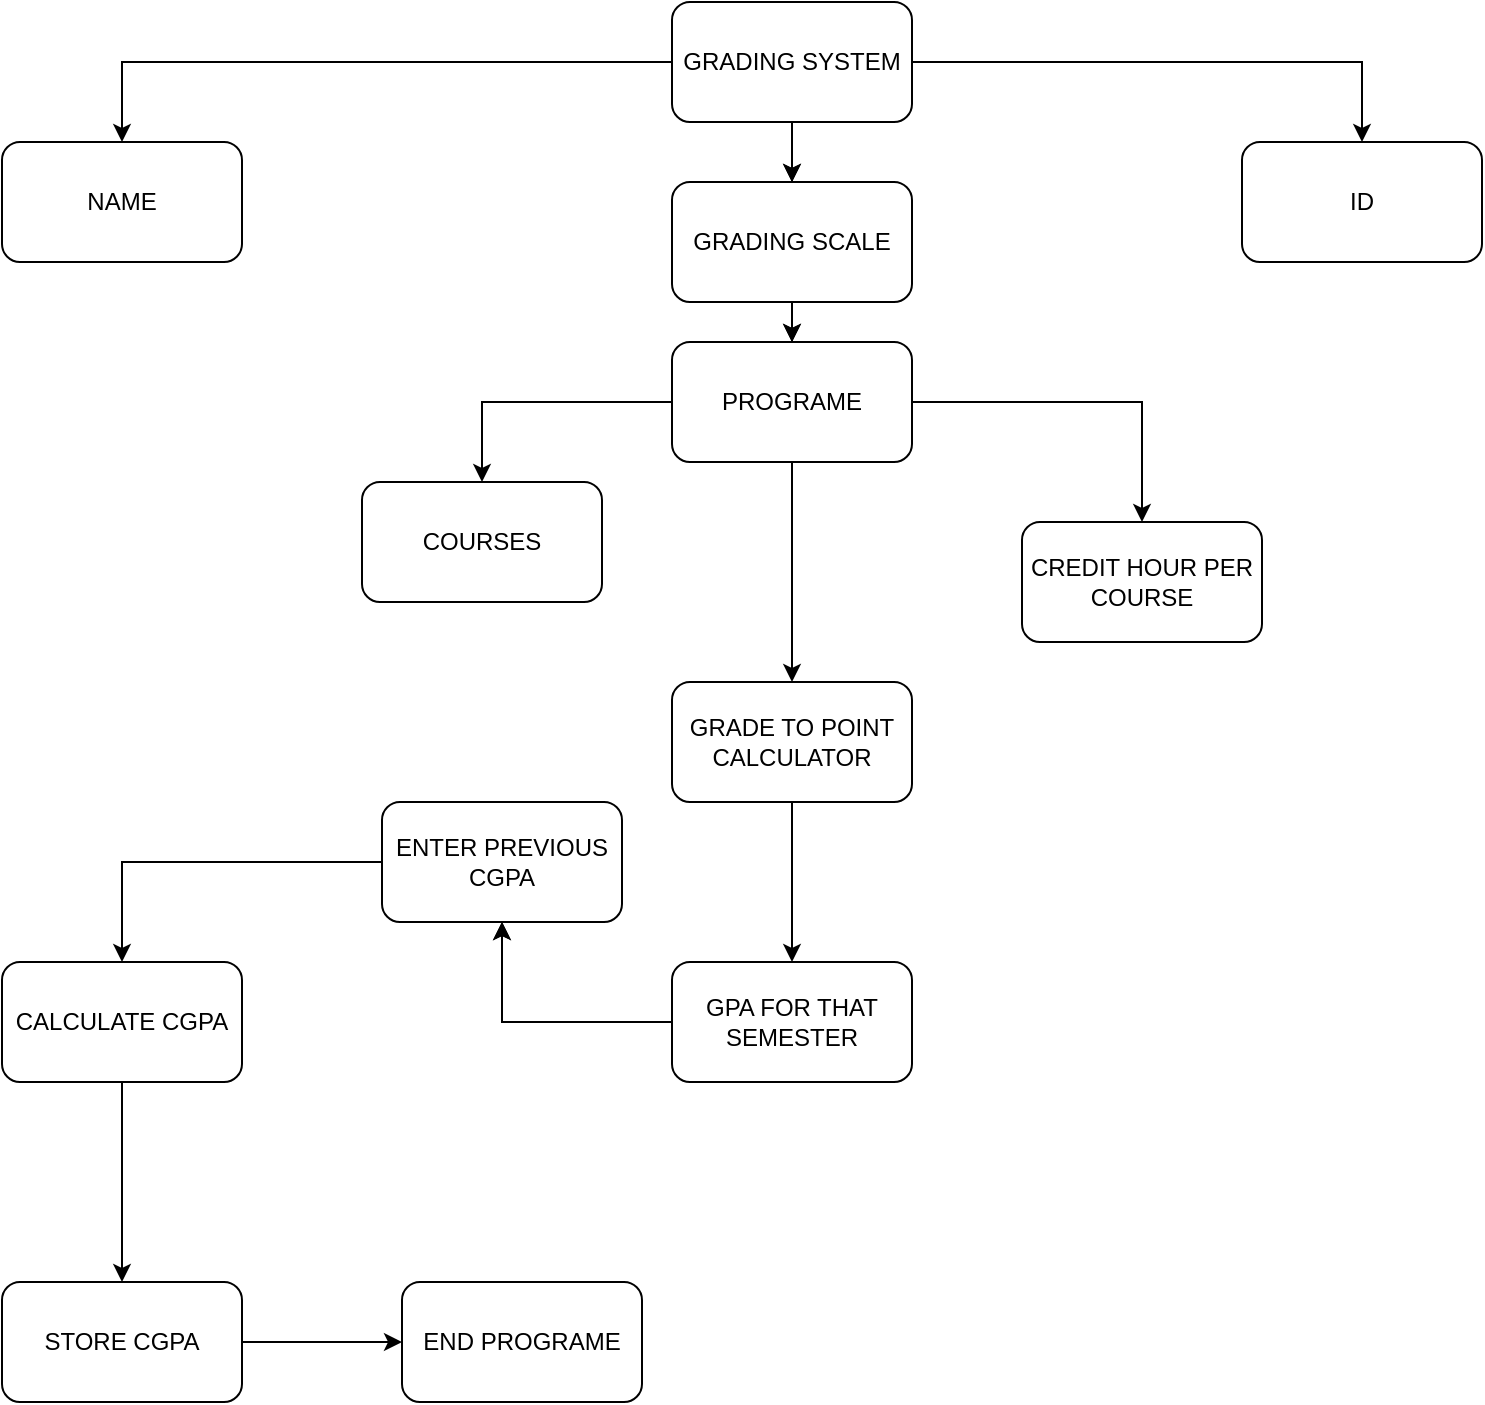
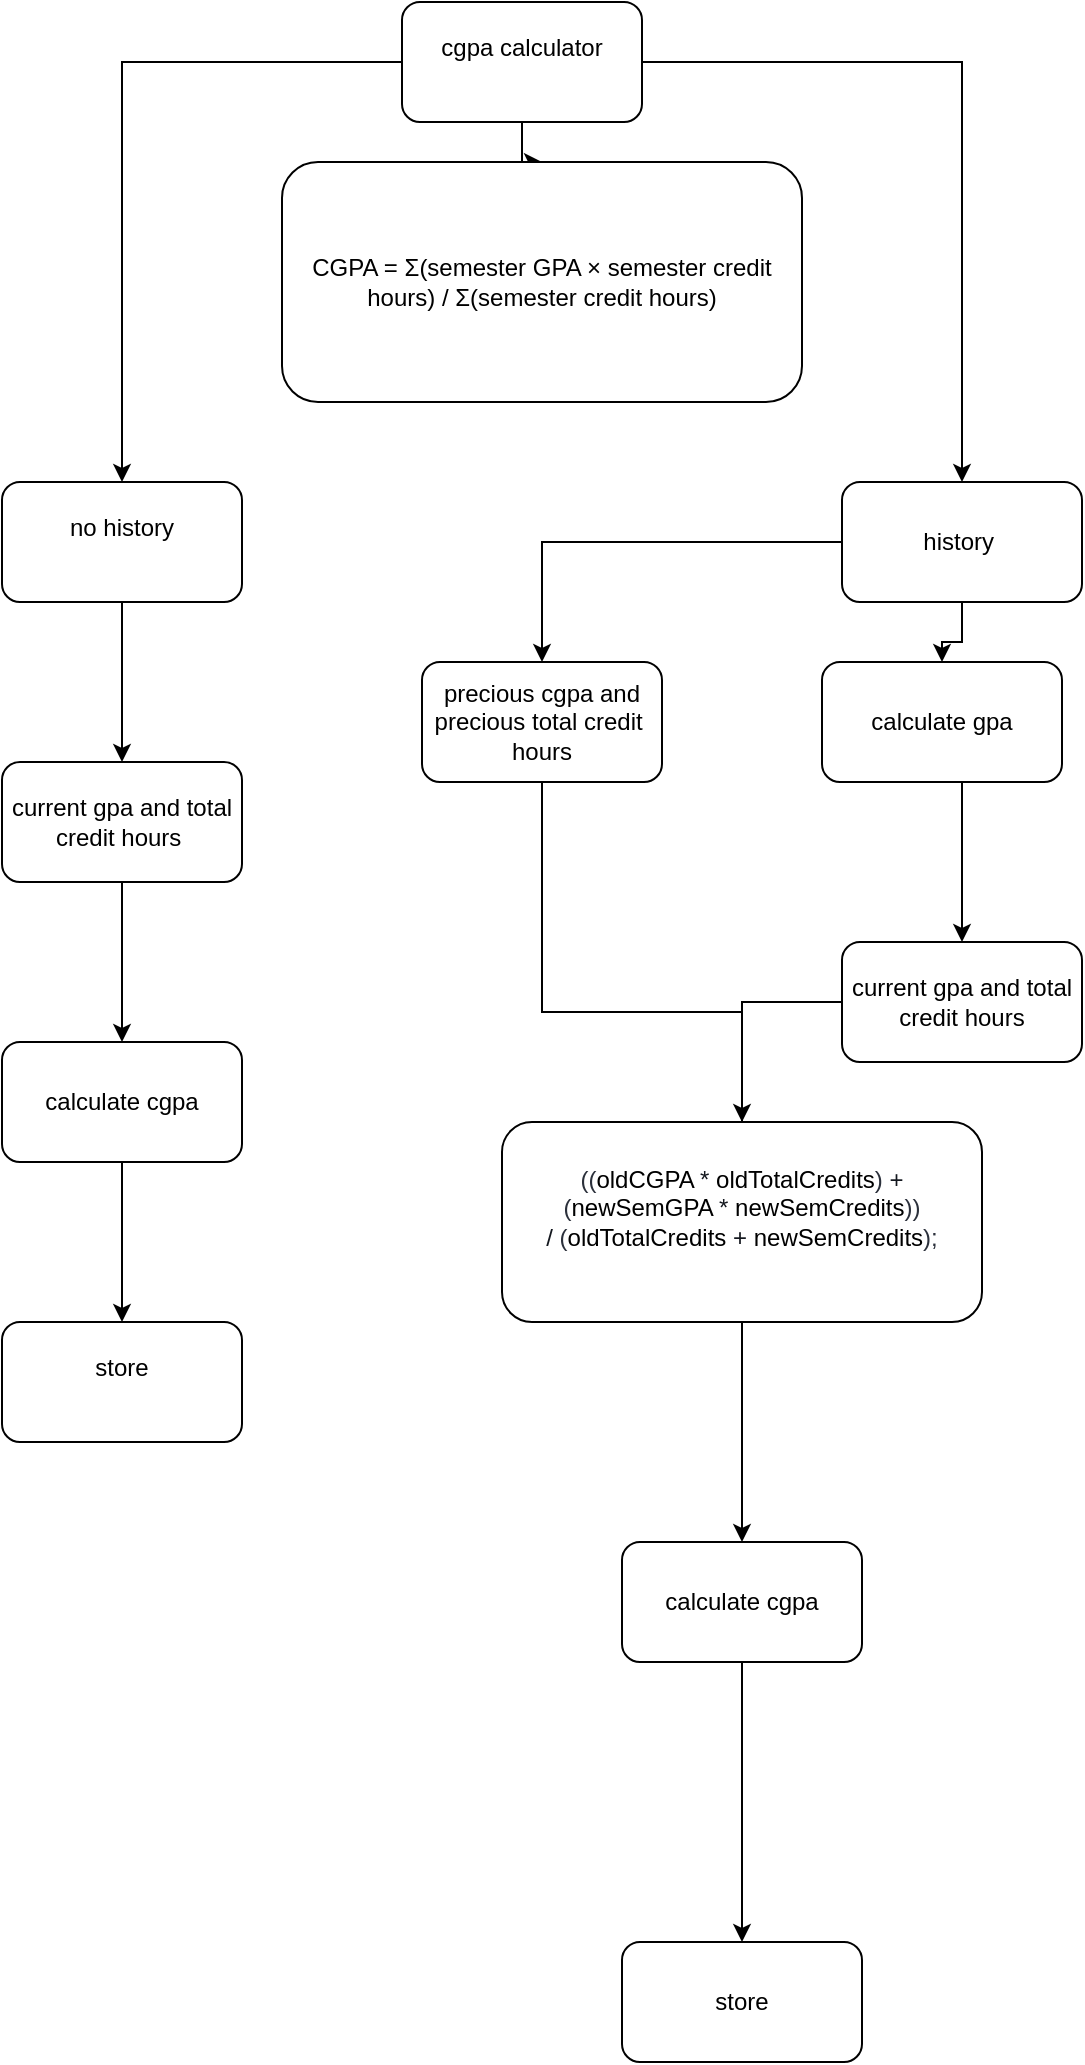
<mxfile host="Electron">
  <diagram name="Page-1" id="b34m-he2W4UJgeMv5C3B">
-     <mxGraphModel dx="1269" dy="626" grid="1" gridSize="10" guides="1" tooltips="1" connect="1" arrows="1" fold="1" page="1" pageScale="1" pageWidth="850" pageHeight="1100" math="0" shadow="0">
+     <mxGraphModel dx="860" dy="1827" grid="1" gridSize="10" guides="1" tooltips="1" connect="1" arrows="1" fold="1" page="1" pageScale="1" pageWidth="850" pageHeight="1100" math="0" shadow="0">
      <root>
        <mxCell id="0" />
        <mxCell id="1" parent="0" />
-         <mxCell id="WGlhzOhxgeCtkGMrWlv6-2" edge="1" parent="1" source="coAuNJZnMAlIqDcoqT1V-1" style="edgeStyle=orthogonalEdgeStyle;rounded=0;orthogonalLoop=1;jettySize=auto;html=1;" target="WGlhzOhxgeCtkGMrWlv6-1" value="">
+         <mxCell id="Kd_dNvjugLOHGAi2LevE-10" edge="1" parent="1" source="Kd_dNvjugLOHGAi2LevE-8" style="edgeStyle=orthogonalEdgeStyle;rounded=0;orthogonalLoop=1;jettySize=auto;html=1;" target="Kd_dNvjugLOHGAi2LevE-9" value="">
          <mxGeometry relative="1" as="geometry" />
        </mxCell>
-         <mxCell id="WGlhzOhxgeCtkGMrWlv6-4" edge="1" parent="1" source="coAuNJZnMAlIqDcoqT1V-1" style="edgeStyle=orthogonalEdgeStyle;rounded=0;orthogonalLoop=1;jettySize=auto;html=1;" target="WGlhzOhxgeCtkGMrWlv6-3" value="">
+         <mxCell id="Kd_dNvjugLOHGAi2LevE-12" edge="1" parent="1" source="Kd_dNvjugLOHGAi2LevE-8" style="edgeStyle=orthogonalEdgeStyle;rounded=0;orthogonalLoop=1;jettySize=auto;html=1;" target="Kd_dNvjugLOHGAi2LevE-11" value="">
          <mxGeometry relative="1" as="geometry" />
        </mxCell>
-         <mxCell id="WGlhzOhxgeCtkGMrWlv6-9" edge="1" parent="1" source="WGlhzOhxgeCtkGMrWlv6-10" style="edgeStyle=orthogonalEdgeStyle;rounded=0;orthogonalLoop=1;jettySize=auto;html=1;" target="WGlhzOhxgeCtkGMrWlv6-3" value="">
+         <mxCell id="Kd_dNvjugLOHGAi2LevE-32" edge="1" parent="1" source="Kd_dNvjugLOHGAi2LevE-8" style="edgeStyle=orthogonalEdgeStyle;rounded=0;orthogonalLoop=1;jettySize=auto;html=1;" target="Kd_dNvjugLOHGAi2LevE-31" value="">
          <mxGeometry relative="1" as="geometry" />
        </mxCell>
-         <mxCell id="WGlhzOhxgeCtkGMrWlv6-11" edge="1" parent="1" source="coAuNJZnMAlIqDcoqT1V-1" style="edgeStyle=orthogonalEdgeStyle;rounded=0;orthogonalLoop=1;jettySize=auto;html=1;" target="WGlhzOhxgeCtkGMrWlv6-10" value="">
+         <mxCell id="Kd_dNvjugLOHGAi2LevE-8" parent="1" style="rounded=1;whiteSpace=wrap;html=1;" value="cgpa calculator&lt;div&gt;&lt;br&gt;&lt;/div&gt;" vertex="1">
+           <mxGeometry height="60" width="120" x="320" y="-90" as="geometry" />
+         </mxCell>
+         <mxCell id="Kd_dNvjugLOHGAi2LevE-23" edge="1" parent="1" source="Kd_dNvjugLOHGAi2LevE-9" style="edgeStyle=orthogonalEdgeStyle;rounded=0;orthogonalLoop=1;jettySize=auto;html=1;" target="Kd_dNvjugLOHGAi2LevE-22" value="">
          <mxGeometry relative="1" as="geometry" />
        </mxCell>
-         <mxCell id="WGlhzOhxgeCtkGMrWlv6-16" edge="1" parent="1" source="coAuNJZnMAlIqDcoqT1V-1" style="edgeStyle=orthogonalEdgeStyle;rounded=0;orthogonalLoop=1;jettySize=auto;html=1;" target="WGlhzOhxgeCtkGMrWlv6-15" value="">
+         <mxCell id="Kd_dNvjugLOHGAi2LevE-9" parent="1" style="whiteSpace=wrap;html=1;rounded=1;" value="no history&lt;div&gt;&lt;br&gt;&lt;/div&gt;" vertex="1">
+           <mxGeometry height="60" width="120" x="120" y="150" as="geometry" />
+         </mxCell>
+         <mxCell id="Kd_dNvjugLOHGAi2LevE-14" edge="1" parent="1" source="Kd_dNvjugLOHGAi2LevE-11" style="edgeStyle=orthogonalEdgeStyle;rounded=0;orthogonalLoop=1;jettySize=auto;html=1;" target="Kd_dNvjugLOHGAi2LevE-13" value="">
          <mxGeometry relative="1" as="geometry" />
        </mxCell>
-         <mxCell id="coAuNJZnMAlIqDcoqT1V-1" parent="1" style="rounded=1;whiteSpace=wrap;html=1;" value="GRADING SYSTEM" vertex="1">
-           <mxGeometry height="60" width="120" x="365" as="geometry" />
+         <mxCell id="Kd_dNvjugLOHGAi2LevE-11" parent="1" style="whiteSpace=wrap;html=1;rounded=1;" value="history&amp;nbsp;" vertex="1">
+           <mxGeometry height="60" width="120" x="540" y="150" as="geometry" />
        </mxCell>
-         <mxCell id="WGlhzOhxgeCtkGMrWlv6-1" parent="1" style="whiteSpace=wrap;html=1;rounded=1;" value="NAME" vertex="1">
-           <mxGeometry height="60" width="120" x="30" y="70" as="geometry" />
+         <mxCell id="Kd_dNvjugLOHGAi2LevE-18" edge="1" parent="1" source="Kd_dNvjugLOHGAi2LevE-13" style="edgeStyle=orthogonalEdgeStyle;rounded=0;orthogonalLoop=1;jettySize=auto;html=1;" target="Kd_dNvjugLOHGAi2LevE-17" value="">
+           <mxGeometry relative="1" as="geometry">
+             <Array as="points">
+               <mxPoint x="390" y="415" />
+               <mxPoint x="490" y="415" />
+             </Array>
+           </mxGeometry>
        </mxCell>
-         <mxCell id="WGlhzOhxgeCtkGMrWlv6-6" edge="1" parent="1" source="WGlhzOhxgeCtkGMrWlv6-3" style="edgeStyle=orthogonalEdgeStyle;rounded=0;orthogonalLoop=1;jettySize=auto;html=1;" target="WGlhzOhxgeCtkGMrWlv6-5" value="">
+         <mxCell id="Kd_dNvjugLOHGAi2LevE-13" parent="1" style="whiteSpace=wrap;html=1;rounded=1;" value="precious cgpa and precious total credit&amp;nbsp; hours" vertex="1">
+           <mxGeometry height="60" width="120" x="330" y="240" as="geometry" />
+         </mxCell>
+         <mxCell id="Kd_dNvjugLOHGAi2LevE-21" edge="1" parent="1" source="Kd_dNvjugLOHGAi2LevE-17" style="edgeStyle=orthogonalEdgeStyle;rounded=0;orthogonalLoop=1;jettySize=auto;html=1;" target="Kd_dNvjugLOHGAi2LevE-20" value="">
          <mxGeometry relative="1" as="geometry" />
        </mxCell>
-         <mxCell id="WGlhzOhxgeCtkGMrWlv6-8" edge="1" parent="1" source="WGlhzOhxgeCtkGMrWlv6-3" style="edgeStyle=orthogonalEdgeStyle;rounded=0;orthogonalLoop=1;jettySize=auto;html=1;" target="WGlhzOhxgeCtkGMrWlv6-7" value="">
+         <mxCell id="Kd_dNvjugLOHGAi2LevE-17" parent="1" style="whiteSpace=wrap;html=1;rounded=1;" value="calculate cgpa" vertex="1">
+           <mxGeometry height="60" width="120" x="430" y="680" as="geometry" />
+         </mxCell>
+         <mxCell id="Kd_dNvjugLOHGAi2LevE-20" parent="1" style="whiteSpace=wrap;html=1;rounded=1;" value="store" vertex="1">
+           <mxGeometry height="60" width="120" x="430" y="880" as="geometry" />
+         </mxCell>
+         <mxCell id="Kd_dNvjugLOHGAi2LevE-25" edge="1" parent="1" source="Kd_dNvjugLOHGAi2LevE-22" style="edgeStyle=orthogonalEdgeStyle;rounded=0;orthogonalLoop=1;jettySize=auto;html=1;" target="Kd_dNvjugLOHGAi2LevE-24" value="">
          <mxGeometry relative="1" as="geometry" />
        </mxCell>
-         <mxCell id="WGlhzOhxgeCtkGMrWlv6-14" edge="1" parent="1" source="WGlhzOhxgeCtkGMrWlv6-3" style="edgeStyle=orthogonalEdgeStyle;rounded=0;orthogonalLoop=1;jettySize=auto;html=1;" target="WGlhzOhxgeCtkGMrWlv6-13" value="">
+         <mxCell id="Kd_dNvjugLOHGAi2LevE-22" parent="1" style="whiteSpace=wrap;html=1;rounded=1;" value="current gpa and total credit hours&amp;nbsp;" vertex="1">
+           <mxGeometry height="60" width="120" x="120" y="290" as="geometry" />
+         </mxCell>
+         <mxCell id="Kd_dNvjugLOHGAi2LevE-27" edge="1" parent="1" source="Kd_dNvjugLOHGAi2LevE-24" style="edgeStyle=orthogonalEdgeStyle;rounded=0;orthogonalLoop=1;jettySize=auto;html=1;" target="Kd_dNvjugLOHGAi2LevE-26" value="">
          <mxGeometry relative="1" as="geometry" />
        </mxCell>
-         <mxCell id="WGlhzOhxgeCtkGMrWlv6-3" parent="1" style="whiteSpace=wrap;html=1;rounded=1;" value="PROGRAME" vertex="1">
-           <mxGeometry height="60" width="120" x="365" y="170" as="geometry" />
+         <mxCell id="Kd_dNvjugLOHGAi2LevE-24" parent="1" style="whiteSpace=wrap;html=1;rounded=1;" value="calculate cgpa" vertex="1">
+           <mxGeometry height="60" width="120" x="120" y="430" as="geometry" />
        </mxCell>
-         <mxCell id="WGlhzOhxgeCtkGMrWlv6-5" parent="1" style="whiteSpace=wrap;html=1;rounded=1;" value="COURSES" vertex="1">
-           <mxGeometry height="60" width="120" x="210" y="240" as="geometry" />
+         <mxCell id="Kd_dNvjugLOHGAi2LevE-26" parent="1" style="whiteSpace=wrap;html=1;rounded=1;" value="store&lt;div&gt;&lt;br&gt;&lt;/div&gt;" vertex="1">
+           <mxGeometry height="60" width="120" x="120" y="570" as="geometry" />
        </mxCell>
-         <mxCell id="WGlhzOhxgeCtkGMrWlv6-7" parent="1" style="whiteSpace=wrap;html=1;rounded=1;" value="CREDIT HOUR PER COURSE" vertex="1">
-           <mxGeometry height="60" width="120" x="540" y="260" as="geometry" />
-         </mxCell>
-         <mxCell id="WGlhzOhxgeCtkGMrWlv6-12" edge="1" parent="1" source="coAuNJZnMAlIqDcoqT1V-1" style="edgeStyle=orthogonalEdgeStyle;rounded=0;orthogonalLoop=1;jettySize=auto;html=1;" target="WGlhzOhxgeCtkGMrWlv6-10" value="">
+         <mxCell id="Kd_dNvjugLOHGAi2LevE-38" edge="1" parent="1" source="Kd_dNvjugLOHGAi2LevE-28" style="edgeStyle=orthogonalEdgeStyle;rounded=0;orthogonalLoop=1;jettySize=auto;html=1;exitX=0;exitY=0.5;exitDx=0;exitDy=0;" target="Kd_dNvjugLOHGAi2LevE-15">
          <mxGeometry relative="1" as="geometry">
-             <mxPoint x="425" y="60" as="sourcePoint" />
-             <mxPoint x="425" y="240" as="targetPoint" />
+             <Array as="points">
+               <mxPoint x="600" y="270" />
+             </Array>
          </mxGeometry>
        </mxCell>
-         <mxCell id="WGlhzOhxgeCtkGMrWlv6-10" parent="1" style="whiteSpace=wrap;html=1;rounded=1;" value="GRADING SCALE" vertex="1">
-           <mxGeometry height="60" width="120" x="365" y="90" as="geometry" />
+         <mxCell id="Kd_dNvjugLOHGAi2LevE-31" parent="1" style="whiteSpace=wrap;html=1;rounded=1;" value="CGPA = Σ(semester GPA × semester credit hours) / Σ(semester credit hours)" vertex="1">
+           <mxGeometry height="120" width="260" x="260" y="-10" as="geometry" />
        </mxCell>
-         <mxCell id="WGlhzOhxgeCtkGMrWlv6-18" edge="1" parent="1" source="WGlhzOhxgeCtkGMrWlv6-13" style="edgeStyle=orthogonalEdgeStyle;rounded=0;orthogonalLoop=1;jettySize=auto;html=1;" target="WGlhzOhxgeCtkGMrWlv6-17" value="">
-           <mxGeometry relative="1" as="geometry" />
-         </mxCell>
-         <mxCell id="WGlhzOhxgeCtkGMrWlv6-13" parent="1" style="whiteSpace=wrap;html=1;rounded=1;" value="GRADE TO POINT CALCULATOR" vertex="1">
-           <mxGeometry height="60" width="120" x="365" y="340" as="geometry" />
-         </mxCell>
-         <mxCell id="WGlhzOhxgeCtkGMrWlv6-15" parent="1" style="whiteSpace=wrap;html=1;rounded=1;" value="ID" vertex="1">
-           <mxGeometry height="60" width="120" x="650" y="70" as="geometry" />
-         </mxCell>
-         <mxCell id="WGlhzOhxgeCtkGMrWlv6-20" edge="1" parent="1" source="WGlhzOhxgeCtkGMrWlv6-25" style="edgeStyle=orthogonalEdgeStyle;rounded=0;orthogonalLoop=1;jettySize=auto;html=1;" target="WGlhzOhxgeCtkGMrWlv6-19" value="">
-           <mxGeometry relative="1" as="geometry" />
-         </mxCell>
-         <mxCell id="WGlhzOhxgeCtkGMrWlv6-26" edge="1" parent="1" source="WGlhzOhxgeCtkGMrWlv6-17" style="edgeStyle=orthogonalEdgeStyle;rounded=0;orthogonalLoop=1;jettySize=auto;html=1;" target="WGlhzOhxgeCtkGMrWlv6-25" value="">
-           <mxGeometry relative="1" as="geometry" />
-         </mxCell>
-         <mxCell id="WGlhzOhxgeCtkGMrWlv6-17" parent="1" style="whiteSpace=wrap;html=1;rounded=1;" value="GPA FOR THAT SEMESTER" vertex="1">
-           <mxGeometry height="60" width="120" x="365" y="480" as="geometry" />
-         </mxCell>
-         <mxCell id="WGlhzOhxgeCtkGMrWlv6-22" edge="1" parent="1" source="WGlhzOhxgeCtkGMrWlv6-19" style="edgeStyle=orthogonalEdgeStyle;rounded=0;orthogonalLoop=1;jettySize=auto;html=1;" target="WGlhzOhxgeCtkGMrWlv6-21" value="">
-           <mxGeometry relative="1" as="geometry" />
-         </mxCell>
-         <mxCell id="WGlhzOhxgeCtkGMrWlv6-19" parent="1" style="whiteSpace=wrap;html=1;rounded=1;" value="CALCULATE CGPA" vertex="1">
-           <mxGeometry height="60" width="120" x="30" y="480" as="geometry" />
-         </mxCell>
-         <mxCell id="WGlhzOhxgeCtkGMrWlv6-29" edge="1" parent="1" source="WGlhzOhxgeCtkGMrWlv6-21" style="edgeStyle=orthogonalEdgeStyle;rounded=0;orthogonalLoop=1;jettySize=auto;html=1;" target="WGlhzOhxgeCtkGMrWlv6-28" value="">
-           <mxGeometry relative="1" as="geometry" />
-         </mxCell>
-         <mxCell id="WGlhzOhxgeCtkGMrWlv6-21" parent="1" style="whiteSpace=wrap;html=1;rounded=1;" value="STORE CGPA" vertex="1">
-           <mxGeometry height="60" width="120" x="30" y="640" as="geometry" />
-         </mxCell>
-         <mxCell id="WGlhzOhxgeCtkGMrWlv6-27" edge="1" parent="1" source="WGlhzOhxgeCtkGMrWlv6-17" style="edgeStyle=orthogonalEdgeStyle;rounded=0;orthogonalLoop=1;jettySize=auto;html=1;" target="WGlhzOhxgeCtkGMrWlv6-25" value="">
+         <mxCell id="Kd_dNvjugLOHGAi2LevE-35" edge="1" parent="1" source="Kd_dNvjugLOHGAi2LevE-15" style="edgeStyle=orthogonalEdgeStyle;rounded=0;orthogonalLoop=1;jettySize=auto;html=1;exitX=0;exitY=0.5;exitDx=0;exitDy=0;" target="Kd_dNvjugLOHGAi2LevE-33" value="">
          <mxGeometry relative="1" as="geometry">
-             <mxPoint x="365" y="510" as="sourcePoint" />
-             <mxPoint x="190" y="510" as="targetPoint" />
+             <mxPoint x="550" y="270" as="sourcePoint" />
+             <mxPoint x="490" y="470" as="targetPoint" />
          </mxGeometry>
        </mxCell>
-         <mxCell id="WGlhzOhxgeCtkGMrWlv6-25" parent="1" style="whiteSpace=wrap;html=1;rounded=1;" value="ENTER PREVIOUS CGPA" vertex="1">
-           <mxGeometry height="60" width="120" x="220" y="400" as="geometry" />
+         <mxCell id="Kd_dNvjugLOHGAi2LevE-33" parent="1" style="whiteSpace=wrap;html=1;rounded=1;" value="&#xa;&lt;span&gt;&lt;span&gt; &lt;/span&gt;&lt;span class=&quot;token token&quot; style=&quot;color: rgb(43, 48, 59);&quot;&gt;(&lt;/span&gt;&lt;span class=&quot;token token&quot; style=&quot;color: rgb(43, 48, 59);&quot;&gt;(&lt;/span&gt;&lt;span&gt;oldCGPA &lt;/span&gt;&lt;span class=&quot;token token&quot; style=&quot;color: rgb(20, 24, 31);&quot;&gt;*&lt;/span&gt;&lt;span&gt; oldTotalCredits&lt;/span&gt;&lt;span class=&quot;token token&quot; style=&quot;color: rgb(43, 48, 59);&quot;&gt;)&lt;/span&gt;&lt;span&gt; &lt;/span&gt;&lt;span class=&quot;token token&quot; style=&quot;color: rgb(20, 24, 31);&quot;&gt;+&lt;/span&gt;&lt;span&gt; &lt;/span&gt;&lt;span class=&quot;token token&quot; style=&quot;color: rgb(43, 48, 59);&quot;&gt;(&lt;/span&gt;&lt;span&gt;newSemGPA &lt;/span&gt;&lt;span class=&quot;token token&quot; style=&quot;color: rgb(20, 24, 31);&quot;&gt;*&lt;/span&gt;&lt;span&gt; newSemCredits&lt;/span&gt;&lt;span class=&quot;token token&quot; style=&quot;color: rgb(43, 48, 59);&quot;&gt;)&lt;/span&gt;&lt;span class=&quot;token token&quot; style=&quot;color: rgb(43, 48, 59);&quot;&gt;)&lt;/span&gt;&lt;span&gt; &#xa;&lt;/span&gt;&lt;/span&gt;&lt;span&gt;&lt;span&gt;                  &lt;/span&gt;&lt;span class=&quot;token token&quot; style=&quot;color: rgb(20, 24, 31);&quot;&gt;/&lt;/span&gt;&lt;span&gt; &lt;/span&gt;&lt;span class=&quot;token token&quot; style=&quot;color: rgb(43, 48, 59);&quot;&gt;(&lt;/span&gt;&lt;span&gt;oldTotalCredits &lt;/span&gt;&lt;span class=&quot;token token&quot; style=&quot;color: rgb(20, 24, 31);&quot;&gt;+&lt;/span&gt;&lt;span&gt; newSemCredits&lt;/span&gt;&lt;span class=&quot;token token&quot; style=&quot;color: rgb(43, 48, 59);&quot;&gt;)&lt;/span&gt;&lt;span class=&quot;token token&quot; style=&quot;color: rgb(43, 48, 59);&quot;&gt;;&lt;/span&gt;&lt;/span&gt;&#xa;&#xa;" vertex="1">
+           <mxGeometry height="100" width="240" x="370" y="470" as="geometry" />
        </mxCell>
-         <mxCell id="WGlhzOhxgeCtkGMrWlv6-28" parent="1" style="whiteSpace=wrap;html=1;rounded=1;" value="END PROGRAME" vertex="1">
-           <mxGeometry height="60" width="120" x="230" y="640" as="geometry" />
+         <mxCell id="Kd_dNvjugLOHGAi2LevE-15" parent="1" style="whiteSpace=wrap;html=1;rounded=1;" value="current gpa and total credit hours" vertex="1">
+           <mxGeometry height="60" width="120" x="540" y="380" as="geometry" />
+         </mxCell>
+         <mxCell id="Kd_dNvjugLOHGAi2LevE-40" edge="1" parent="1" source="Kd_dNvjugLOHGAi2LevE-11" style="edgeStyle=orthogonalEdgeStyle;rounded=0;orthogonalLoop=1;jettySize=auto;html=1;" target="Kd_dNvjugLOHGAi2LevE-28" value="">
+           <mxGeometry relative="1" as="geometry">
+             <mxPoint x="600" y="210" as="sourcePoint" />
+             <mxPoint x="600" y="320" as="targetPoint" />
+           </mxGeometry>
+         </mxCell>
+         <mxCell id="Kd_dNvjugLOHGAi2LevE-28" parent="1" style="whiteSpace=wrap;html=1;rounded=1;" value="calculate gpa" vertex="1">
+           <mxGeometry height="60" width="120" x="530" y="240" as="geometry" />
        </mxCell>
      </root>
    </mxGraphModel>
  </diagram>
</mxfile>
